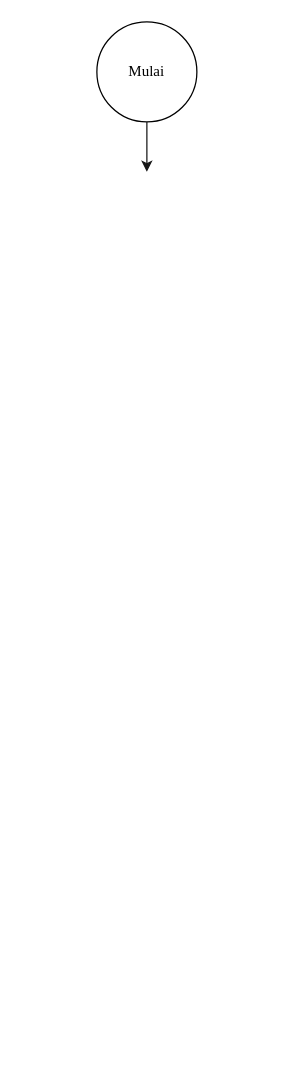
Safrizalcahya/Safrizal-Proses-order-makanan-FE3232849 keeps this draw.io diagram as flowchart.drawio. Above is the earlier version. Source tidied: cells renumbered, new cells numbered last; positions are measured from the earlier drawing's top-left corner, leaving out a move shared by most shapes. Both pictures are drawn from the tidied source at 125%, with x=0, y=0 at pixel (96, 21).
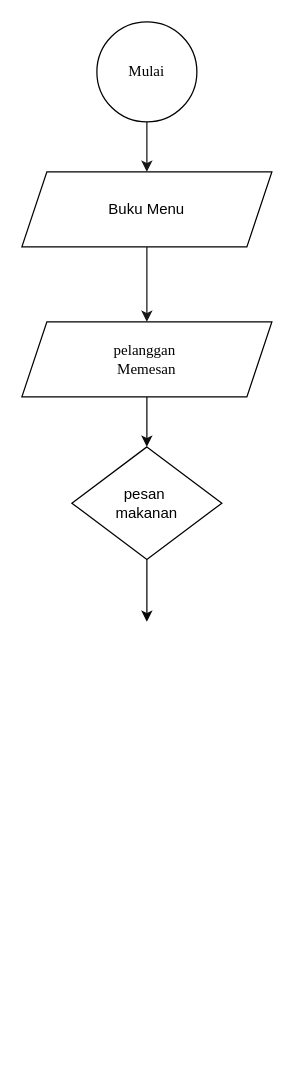
Above is the later version.

Commit message:
feat: add kondisi and variable input data

What changed in the source:
```diff
@@
 <mxGraphModel background="#ffffff">
   <root>
     <mxCell id="0" />
     <mxCell id="1" parent="0" />
     <mxCell id="2" value="Mulai" style="ellipse;whiteSpace=wrap;html=1;fontFamily=Times New Roman;" parent="1" vertex="1">
       <mxGeometry width="80" height="80" as="geometry" />
     </mxCell>
     <mxCell id="3" style="endArrow=classic;html=1;rounded=0;exitX=0.5;exitY=1;exitDx=0;exitDy=0;entryX=0.5;entryY=0;entryDx=0;entryDy=0;strokeColor=#171717;" parent="1" edge="1" source="2">
       <mxGeometry relative="1" as="geometry">
         <mxPoint x="40" y="120" as="targetPoint" />
       </mxGeometry>
     </mxCell>
-    <mxCell id="4" style="endArrow=classic;html=1;rounded=0;exitX=0.5;exitY=1;exitDx=0;exitDy=0;entryX=0.5;entryY=0;entryDx=0;entryDy=0;strokeColor=#121212;" parent="1" edge="1">
-      <mxGeometry relative="1" as="geometry">
-        <mxPoint x="40" y="820" as="sourcePoint" />
-        <mxPoint x="40" y="820" as="targetPoint" />
-      </mxGeometry>
-    </mxCell>
+    <mxCell id="5" value="Buku Menu" style="shape=parallelogram;perimeter=parallelogramPerimeter;whiteSpace=wrap;html=1;fixedSize=1;" parent="1" vertex="1">
+      <mxGeometry x="-60" y="120" width="200" height="60" as="geometry" />
+    </mxCell>
+    <mxCell id="6" value="pelanggan&amp;nbsp;&lt;br&gt;Memesan" style="shape=parallelogram;perimeter=parallelogramPerimeter;whiteSpace=wrap;html=1;fixedSize=1;fontFamily=Times New Roman;" parent="1" vertex="1">
+      <mxGeometry x="-60" y="240" width="200" height="60" as="geometry" />
+    </mxCell>
+    <mxCell id="7" style="endArrow=classic;html=1;rounded=0;exitX=0.5;exitY=1;exitDx=0;exitDy=0;entryX=0.5;entryY=0;entryDx=0;entryDy=0;strokeColor=#171717;" parent="1" edge="1" source="5" target="6">
+      <mxGeometry relative="1" as="geometry" />
+    </mxCell>
+    <mxCell id="8" style="endArrow=classic;html=1;rounded=0;exitX=0.5;exitY=1;exitDx=0;exitDy=0;entryX=0.5;entryY=0;entryDx=0;entryDy=0;strokeColor=#080808;" parent="1" edge="1" source="9">
+      <mxGeometry relative="1" as="geometry">
+        <mxPoint x="40" y="480" as="targetPoint" />
+      </mxGeometry>
+    </mxCell>
+    <mxCell id="9" value="pesan&amp;nbsp;&lt;br&gt;makanan" style="rhombus;whiteSpace=wrap;html=1;" parent="1" vertex="1">
+      <mxGeometry x="-20" y="340" width="120" height="90" as="geometry" />
+    </mxCell>
+    <mxCell id="10" style="endArrow=classic;html=1;rounded=0;exitX=0.5;exitY=1;exitDx=0;exitDy=0;entryX=0.5;entryY=0;entryDx=0;entryDy=0;strokeColor=#0D0D0D;" parent="1" edge="1" source="6" target="9">
+      <mxGeometry relative="1" as="geometry" />
+    </mxCell>
   </root>
 </mxGraphModel>
```
